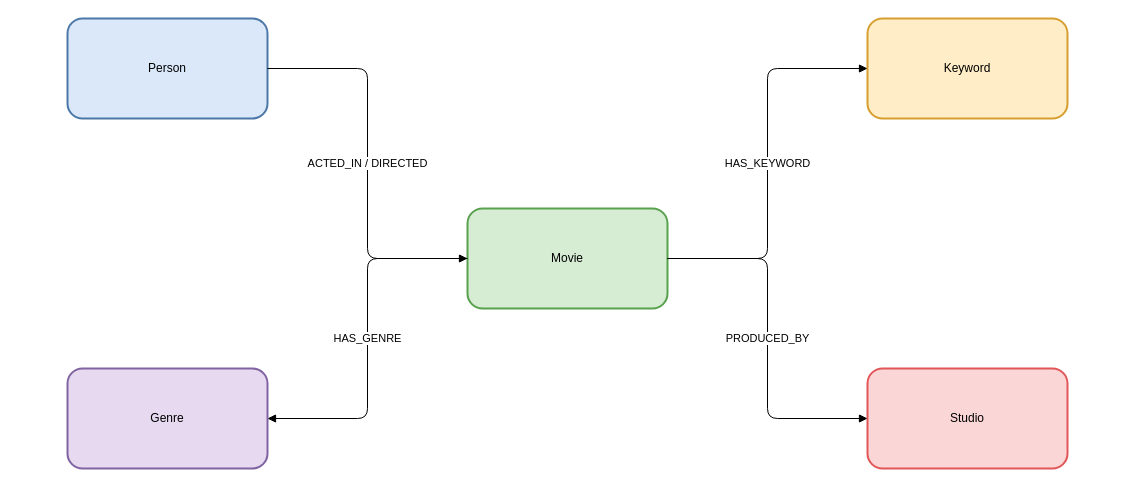
khanhhk/advanced_database keeps this draw.io diagram as report_latex/images/sources/movie_kg_overview.drawio. Above is the earlier version. Source tidied: cells renumbered, new cells numbered last; positions are measured from the earlier drawing's top-left corner, leaving out a move shared by most shapes. Both pictures are drawn from the tidied source at 100%, with x=0, y=0 at pixel (67, 18).
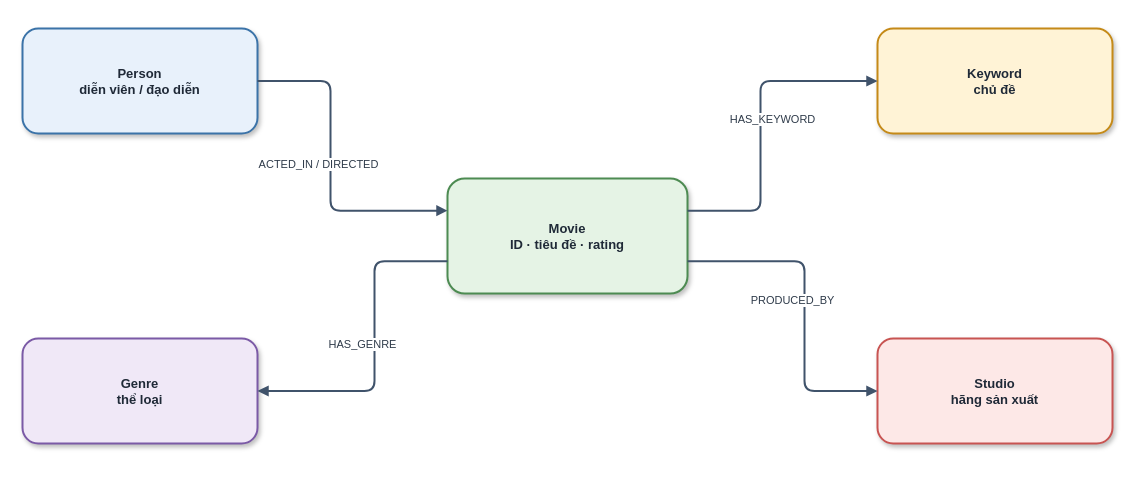
The same diagram, later.

Change to the diagram source:
```diff
@@
 <mxGraphModel>
   <root>
     <mxCell id="0" />
     <mxCell id="1" parent="0" />
-    <mxCell id="2" value="Movie" style="rounded=1;whiteSpace=wrap;html=1;fillColor=#d6edd4;strokeColor=#59a14f;strokeWidth=2;" parent="1" vertex="1">
-      <mxGeometry x="400" y="190" width="200" height="100" as="geometry" />
+    <mxCell id="2" value="Movie&#10;ID · tiêu đề · rating" style="rounded=1;whiteSpace=wrap;html=1;fillColor=#E5F3E5;strokeColor=#4D8B52;strokeWidth=2;fontSize=13;fontColor=#1F2937;fontStyle=1;spacing=8;shadow=1;" parent="1" vertex="1">
+      <mxGeometry x="380" y="160" width="240" height="115" as="geometry" />
     </mxCell>
-    <mxCell id="3" value="Person" style="rounded=1;whiteSpace=wrap;html=1;fillColor=#dbe8fa;strokeColor=#4c78a8;strokeWidth=2;" parent="1" vertex="1">
-      <mxGeometry width="200" height="100" as="geometry" />
+    <mxCell id="3" value="Person&#10;diễn viên / đạo diễn" style="rounded=1;whiteSpace=wrap;html=1;fillColor=#E8F1FB;strokeColor=#3B73A8;strokeWidth=2;fontSize=13;fontColor=#1F2937;fontStyle=1;spacing=8;shadow=1;" parent="1" vertex="1">
+      <mxGeometry x="-45" y="10" width="235" height="105" as="geometry" />
     </mxCell>
-    <mxCell id="4" value="Genre" style="rounded=1;whiteSpace=wrap;html=1;fillColor=#e6d9f0;strokeColor=#8064a2;strokeWidth=2;" parent="1" vertex="1">
-      <mxGeometry y="350" width="200" height="100" as="geometry" />
+    <mxCell id="4" value="Genre&#10;thể loại" style="rounded=1;whiteSpace=wrap;html=1;fillColor=#F0E8F7;strokeColor=#7B5AA6;strokeWidth=2;fontSize=13;fontColor=#1F2937;fontStyle=1;spacing=8;shadow=1;" parent="1" vertex="1">
+      <mxGeometry x="-45" y="320" width="235" height="105" as="geometry" />
     </mxCell>
-    <mxCell id="5" value="Keyword" style="rounded=1;whiteSpace=wrap;html=1;fillColor=#ffedc7;strokeColor=#d69e2e;strokeWidth=2;" parent="1" vertex="1">
-      <mxGeometry x="800" width="200" height="100" as="geometry" />
+    <mxCell id="5" value="Keyword&#10;chủ đề" style="rounded=1;whiteSpace=wrap;html=1;fillColor=#FFF3D6;strokeColor=#C58A18;strokeWidth=2;fontSize=13;fontColor=#1F2937;fontStyle=1;spacing=8;shadow=1;" parent="1" vertex="1">
+      <mxGeometry x="810" y="10" width="235" height="105" as="geometry" />
     </mxCell>
-    <mxCell id="6" value="Studio" style="rounded=1;whiteSpace=wrap;html=1;fillColor=#fad6d6;strokeColor=#e15759;strokeWidth=2;" parent="1" vertex="1">
-      <mxGeometry x="800" y="350" width="200" height="100" as="geometry" />
+    <mxCell id="6" value="Studio&#10;hãng sản xuất" style="rounded=1;whiteSpace=wrap;html=1;fillColor=#FDE8E7;strokeColor=#C85452;strokeWidth=2;fontSize=13;fontColor=#1F2937;fontStyle=1;spacing=8;shadow=1;" parent="1" vertex="1">
+      <mxGeometry x="810" y="320" width="235" height="105" as="geometry" />
     </mxCell>
-    <mxCell id="7" value="ACTED_IN / DIRECTED" style="edgeStyle=orthogonalEdgeStyle;rounded=1;jettySize=auto;html=1;endArrow=block;exitX=1;exitY=0.5;exitDx=0;exitDy=0;entryX=0;entryY=0.5;entryDx=0;entryDy=0;" parent="1" edge="1" source="3" target="2">
-      <mxGeometry relative="1" as="geometry" />
+    <mxCell id="7" value="ACTED_IN / DIRECTED" style="edgeStyle=orthogonalEdgeStyle;rounded=1;jettySize=auto;html=1;endArrow=block;endFill=1;strokeColor=#40536B;strokeWidth=2;fontSize=11;fontColor=#2F3B4A;labelBackgroundColor=#FFFFFF;spacingBottom=8;exitX=1;exitY=0.5;exitDx=0;exitDy=0;entryX=0;entryY=0.28;entryDx=0;entryDy=0;" parent="1" edge="1" source="3" target="2">
+      <mxGeometry y="-12" relative="1" as="geometry">
+        <Array as="points">
+          <mxPoint x="263" y="62" />
+          <mxPoint x="263" y="192" />
+        </Array>
+      </mxGeometry>
     </mxCell>
-    <mxCell id="8" value="HAS_GENRE" style="edgeStyle=orthogonalEdgeStyle;rounded=1;jettySize=auto;html=1;endArrow=block;exitX=0;exitY=0.5;exitDx=0;exitDy=0;entryX=1;entryY=0.5;entryDx=0;entryDy=0;" parent="1" edge="1" source="2" target="4">
-      <mxGeometry relative="1" as="geometry" />
+    <mxCell id="8" value="HAS_GENRE" style="edgeStyle=orthogonalEdgeStyle;rounded=1;jettySize=auto;html=1;endArrow=block;endFill=1;strokeColor=#40536B;strokeWidth=2;fontSize=11;fontColor=#2F3B4A;labelBackgroundColor=#FFFFFF;spacingBottom=8;exitX=0;exitY=0.72;exitDx=0;exitDy=0;entryX=1;entryY=0.5;entryDx=0;entryDy=0;" parent="1" edge="1" source="2" target="4">
+      <mxGeometry y="-12" relative="1" as="geometry">
+        <Array as="points">
+          <mxPoint x="307" y="243" />
+          <mxPoint x="307" y="372" />
+        </Array>
+      </mxGeometry>
     </mxCell>
-    <mxCell id="9" value="HAS_KEYWORD" style="edgeStyle=orthogonalEdgeStyle;rounded=1;jettySize=auto;html=1;endArrow=block;exitX=1;exitY=0.5;exitDx=0;exitDy=0;entryX=0;entryY=0.5;entryDx=0;entryDy=0;" parent="1" edge="1" source="2" target="5">
-      <mxGeometry relative="1" as="geometry" />
+    <mxCell id="9" value="HAS_KEYWORD" style="edgeStyle=orthogonalEdgeStyle;rounded=1;jettySize=auto;html=1;endArrow=block;endFill=1;strokeColor=#40536B;strokeWidth=2;fontSize=11;fontColor=#2F3B4A;labelBackgroundColor=#FFFFFF;spacingBottom=8;exitX=1;exitY=0.28;exitDx=0;exitDy=0;entryX=0;entryY=0.5;entryDx=0;entryDy=0;" parent="1" edge="1" source="2" target="5">
+      <mxGeometry y="-12" relative="1" as="geometry">
+        <Array as="points">
+          <mxPoint x="693" y="192" />
+          <mxPoint x="693" y="62" />
+        </Array>
+      </mxGeometry>
     </mxCell>
-    <mxCell id="10" value="PRODUCED_BY" style="edgeStyle=orthogonalEdgeStyle;rounded=1;jettySize=auto;html=1;endArrow=block;exitX=1;exitY=0.5;exitDx=0;exitDy=0;entryX=0;entryY=0.5;entryDx=0;entryDy=0;" parent="1" edge="1" source="2" target="6">
-      <mxGeometry relative="1" as="geometry" />
+    <mxCell id="10" value="PRODUCED_BY" style="edgeStyle=orthogonalEdgeStyle;rounded=1;jettySize=auto;html=1;endArrow=block;endFill=1;strokeColor=#40536B;strokeWidth=2;fontSize=11;fontColor=#2F3B4A;labelBackgroundColor=#FFFFFF;spacingBottom=8;exitX=1;exitY=0.72;exitDx=0;exitDy=0;entryX=0;entryY=0.5;entryDx=0;entryDy=0;" parent="1" edge="1" source="2" target="6">
+      <mxGeometry y="-12" relative="1" as="geometry">
+        <Array as="points">
+          <mxPoint x="737" y="243" />
+          <mxPoint x="737" y="372" />
+        </Array>
+      </mxGeometry>
     </mxCell>
   </root>
 </mxGraphModel>
```
